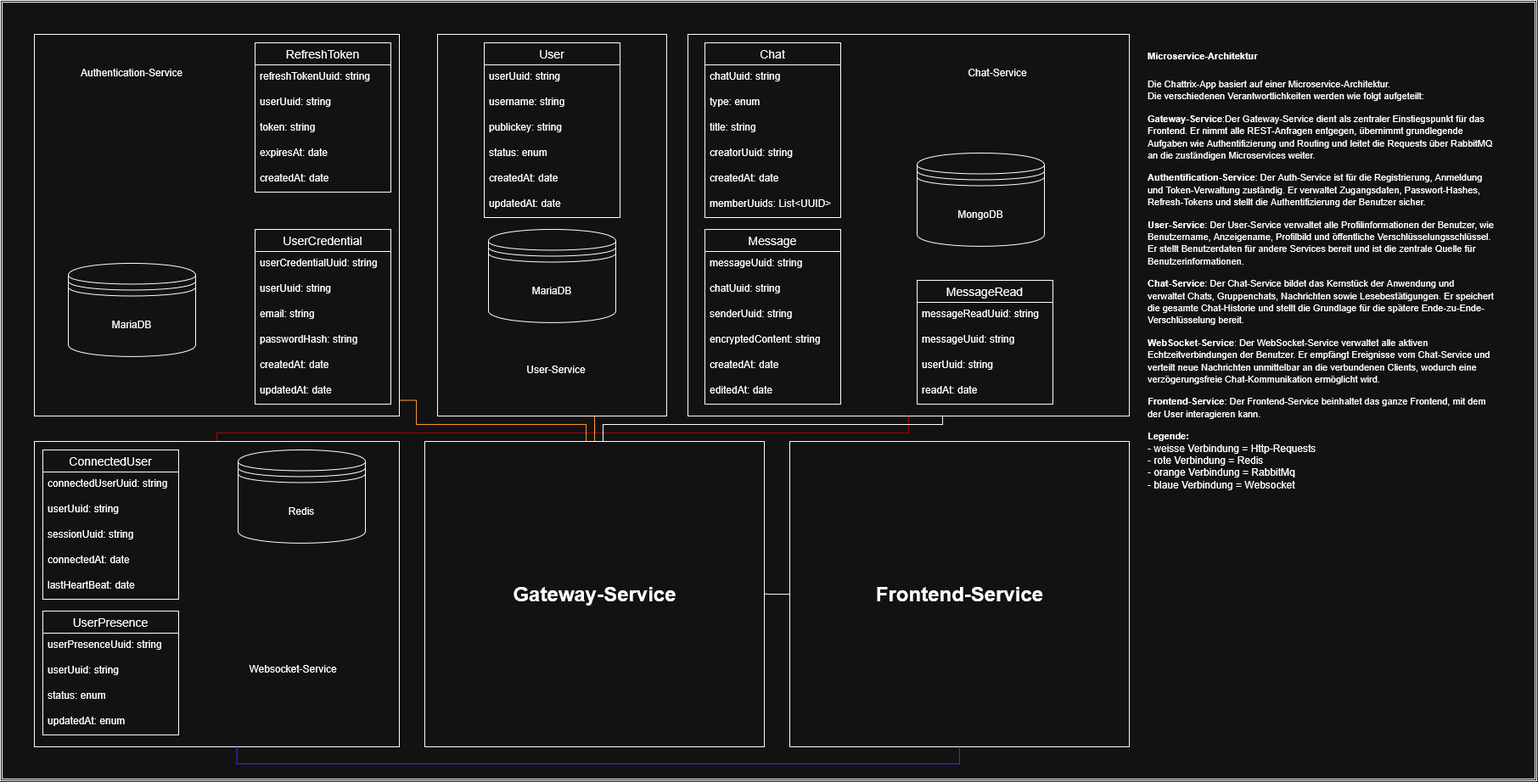
Before: chattrix-microservices-architecture.png, a diagram exported from draw.io (Zeynox32/chatM347Backend). Source tidied: cells renumbered, new cells last; positions are measured from the earlier drawing's top-left corner, leaving out a move shared by most shapes.
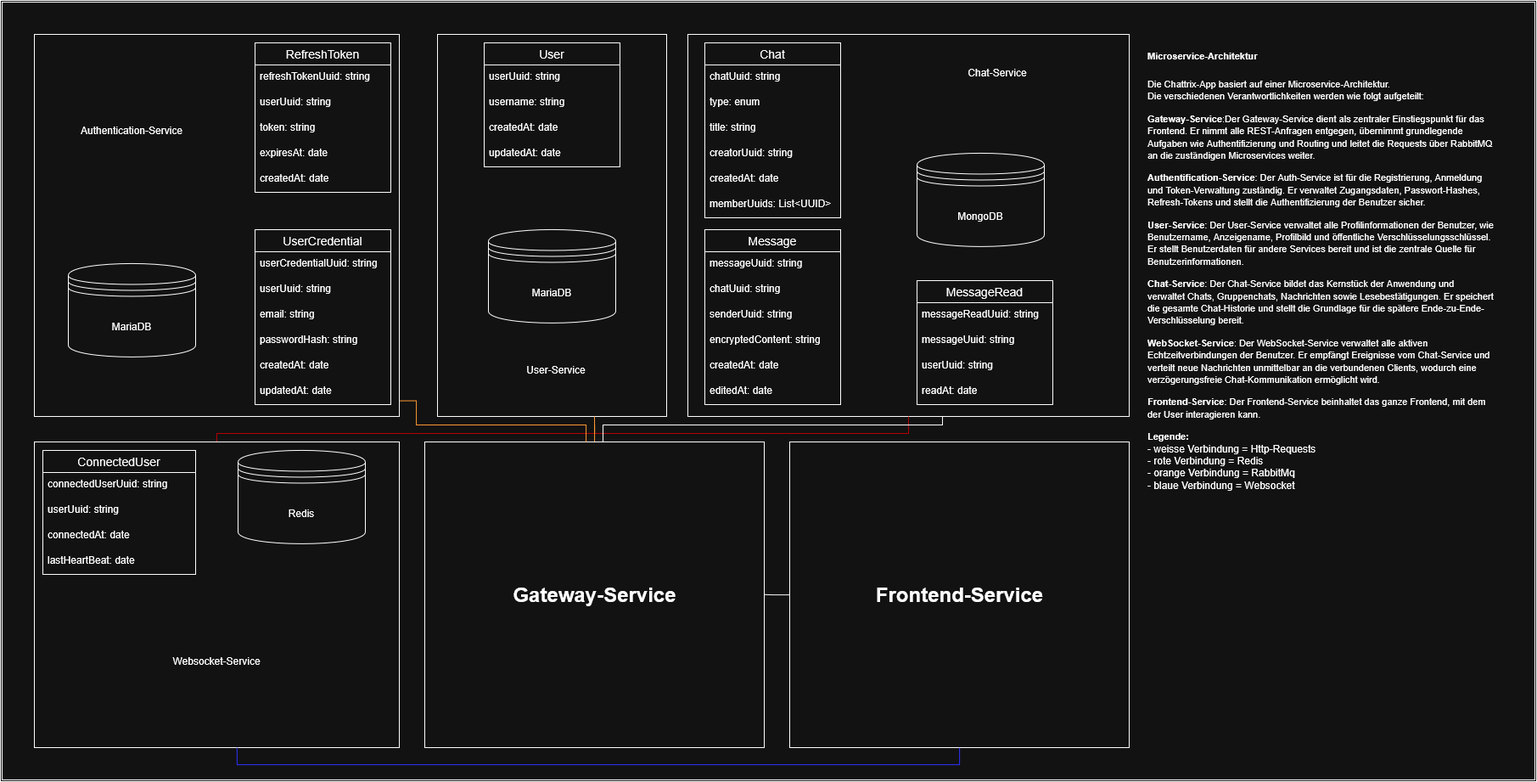
Later version of the same file.

Commit message:
update microservice-overview

The edit, as a diff of the source:
```diff
@@ -54,7 +54,7 @@
       <mxGeometry x="515" y="40" width="270" height="450" as="geometry" />
     </mxCell>
     <mxCell id="19" value="User" style="swimlane;fontStyle=0;horizontal=1;startSize=26;align=center;fontSize=14;" parent="1" vertex="1">
-      <mxGeometry x="570" y="50" width="160" height="206" as="geometry" />
+      <mxGeometry x="570" y="50" width="160" height="146" as="geometry" />
     </mxCell>
     <mxCell id="20" value="userUuid: string" style="text;strokeColor=none;fillColor=none;spacingLeft=4;spacingRight=4;overflow=hidden;fontSize=12;whiteSpace=wrap;html=1;" parent="19" vertex="1">
       <mxGeometry y="26" width="160" height="30" as="geometry" />
@@ -62,17 +62,11 @@
     <mxCell id="21" value="username: string" style="text;strokeColor=none;fillColor=none;spacingLeft=4;spacingRight=4;overflow=hidden;fontSize=12;whiteSpace=wrap;html=1;" parent="19" vertex="1">
       <mxGeometry y="56" width="160" height="30" as="geometry" />
     </mxCell>
-    <mxCell id="22" value="publickey: string" style="text;strokeColor=none;fillColor=none;spacingLeft=4;spacingRight=4;overflow=hidden;fontSize=12;whiteSpace=wrap;html=1;" parent="19" vertex="1">
-      <mxGeometry y="86" width="160" height="30" as="geometry" />
-    </mxCell>
-    <mxCell id="23" value="status: enum" style="text;strokeColor=none;fillColor=none;spacingLeft=4;spacingRight=4;overflow=hidden;fontSize=12;whiteSpace=wrap;html=1;" parent="19" vertex="1">
-      <mxGeometry y="116" width="160" height="30" as="geometry" />
-    </mxCell>
     <mxCell id="24" value="createdAt: date" style="text;strokeColor=none;fillColor=none;spacingLeft=4;spacingRight=4;overflow=hidden;fontSize=12;whiteSpace=wrap;html=1;" parent="19" vertex="1">
-      <mxGeometry y="146" width="160" height="30" as="geometry" />
+      <mxGeometry y="86" width="160" height="30" as="geometry" />
     </mxCell>
     <mxCell id="25" value="updatedAt: date" style="text;strokeColor=none;fillColor=none;spacingLeft=4;spacingRight=4;overflow=hidden;fontSize=12;whiteSpace=wrap;html=1;" parent="19" vertex="1">
-      <mxGeometry y="176" width="160" height="30" as="geometry" />
+      <mxGeometry y="116" width="160" height="30" as="geometry" />
     </mxCell>
     <mxCell id="26" style="verticalLabelPosition=bottom;verticalAlign=top;html=1;shape=mxgraph.basic.rect;fillColor2=none;strokeWidth=1;size=20;indent=5;fillColor=none;" parent="1" vertex="1">
       <mxGeometry x="810" y="40" width="520" height="450" as="geometry" />
@@ -152,38 +146,20 @@
       <mxGeometry x="1080" y="180" width="150" height="110" as="geometry" />
     </mxCell>
     <mxCell id="50" value="ConnectedUser" style="swimlane;fontStyle=0;horizontal=1;startSize=26;align=center;fontSize=14;" parent="1" vertex="1">
-      <mxGeometry x="50" y="530" width="160" height="176" as="geometry" />
+      <mxGeometry x="50" y="530" width="180" height="146" as="geometry" />
     </mxCell>
     <mxCell id="51" value="connectedUserUuid: string" style="text;strokeColor=none;fillColor=none;spacingLeft=4;spacingRight=4;overflow=hidden;fontSize=12;whiteSpace=wrap;html=1;" parent="50" vertex="1">
-      <mxGeometry y="26" width="160" height="30" as="geometry" />
+      <mxGeometry y="26" width="180" height="30" as="geometry" />
     </mxCell>
     <mxCell id="52" value="userUuid: string" style="text;strokeColor=none;fillColor=none;spacingLeft=4;spacingRight=4;overflow=hidden;fontSize=12;whiteSpace=wrap;html=1;" parent="50" vertex="1">
-      <mxGeometry y="56" width="160" height="30" as="geometry" />
+      <mxGeometry y="56" width="180" height="30" as="geometry" />
     </mxCell>
-    <mxCell id="53" value="sessionUuid: string" style="text;strokeColor=none;fillColor=none;spacingLeft=4;spacingRight=4;overflow=hidden;fontSize=12;whiteSpace=wrap;html=1;" parent="50" vertex="1">
-      <mxGeometry y="86" width="160" height="30" as="geometry" />
-    </mxCell>
     <mxCell id="54" value="connectedAt: date" style="text;strokeColor=none;fillColor=none;spacingLeft=4;spacingRight=4;overflow=hidden;fontSize=12;whiteSpace=wrap;html=1;" parent="50" vertex="1">
-      <mxGeometry y="116" width="160" height="30" as="geometry" />
+      <mxGeometry y="86" width="180" height="30" as="geometry" />
     </mxCell>
     <mxCell id="55" value="lastHeartBeat: date" style="text;strokeColor=none;fillColor=none;spacingLeft=4;spacingRight=4;overflow=hidden;fontSize=12;whiteSpace=wrap;html=1;" parent="50" vertex="1">
-      <mxGeometry y="146" width="160" height="30" as="geometry" />
+      <mxGeometry y="116" width="180" height="30" as="geometry" />
     </mxCell>
-    <mxCell id="56" value="UserPresence" style="swimlane;fontStyle=0;horizontal=1;startSize=26;align=center;fontSize=14;" parent="1" vertex="1">
-      <mxGeometry x="50" y="720" width="160" height="146" as="geometry" />
-    </mxCell>
-    <mxCell id="57" value="userPresenceUuid: string" style="text;strokeColor=none;fillColor=none;spacingLeft=4;spacingRight=4;overflow=hidden;fontSize=12;whiteSpace=wrap;html=1;" parent="56" vertex="1">
-      <mxGeometry y="26" width="160" height="30" as="geometry" />
-    </mxCell>
-    <mxCell id="58" value="userUuid: string" style="text;strokeColor=none;fillColor=none;spacingLeft=4;spacingRight=4;overflow=hidden;fontSize=12;whiteSpace=wrap;html=1;" parent="56" vertex="1">
-      <mxGeometry y="56" width="160" height="30" as="geometry" />
-    </mxCell>
-    <mxCell id="59" value="status: enum" style="text;strokeColor=none;fillColor=none;spacingLeft=4;spacingRight=4;overflow=hidden;fontSize=12;whiteSpace=wrap;html=1;" parent="56" vertex="1">
-      <mxGeometry y="86" width="160" height="30" as="geometry" />
-    </mxCell>
-    <mxCell id="60" value="updatedAt: enum" style="text;strokeColor=none;fillColor=none;spacingLeft=4;spacingRight=4;overflow=hidden;fontSize=12;whiteSpace=wrap;html=1;" parent="56" vertex="1">
-      <mxGeometry y="116" width="160" height="30" as="geometry" />
-    </mxCell>
     <mxCell id="61" value="Redis" style="shape=datastore;whiteSpace=wrap;html=1;" parent="1" vertex="1">
       <mxGeometry x="280" y="530" width="150" height="110" as="geometry" />
     </mxCell>
@@ -208,13 +184,13 @@
       </mxGeometry>
     </mxCell>
     <mxCell id="67" value="Websocket-Service" style="text;html=1;whiteSpace=wrap;strokeColor=none;fillColor=none;align=center;verticalAlign=middle;rounded=0;" parent="1" vertex="1">
-      <mxGeometry x="250" y="720" width="190" height="135" as="geometry" />
+      <mxGeometry x="160" y="710" width="190" height="135" as="geometry" />
     </mxCell>
     <mxCell id="68" value="User-Service" style="text;html=1;whiteSpace=wrap;strokeColor=none;fillColor=none;align=center;verticalAlign=middle;rounded=0;" parent="1" vertex="1">
       <mxGeometry x="560" y="400" width="190" height="70" as="geometry" />
     </mxCell>
     <mxCell id="69" value="Authentication-Service" style="text;html=1;whiteSpace=wrap;strokeColor=none;fillColor=none;align=center;verticalAlign=middle;rounded=0;" parent="1" vertex="1">
-      <mxGeometry x="60" y="50" width="190" height="70" as="geometry" />
+      <mxGeometry x="60" y="118" width="190" height="70" as="geometry" />
     </mxCell>
     <mxCell id="70" value="Chat-Service" style="text;html=1;whiteSpace=wrap;strokeColor=none;fillColor=none;align=center;verticalAlign=middle;rounded=0;" parent="1" vertex="1">
       <mxGeometry x="1080" y="50" width="190" height="70" as="geometry" />
```
